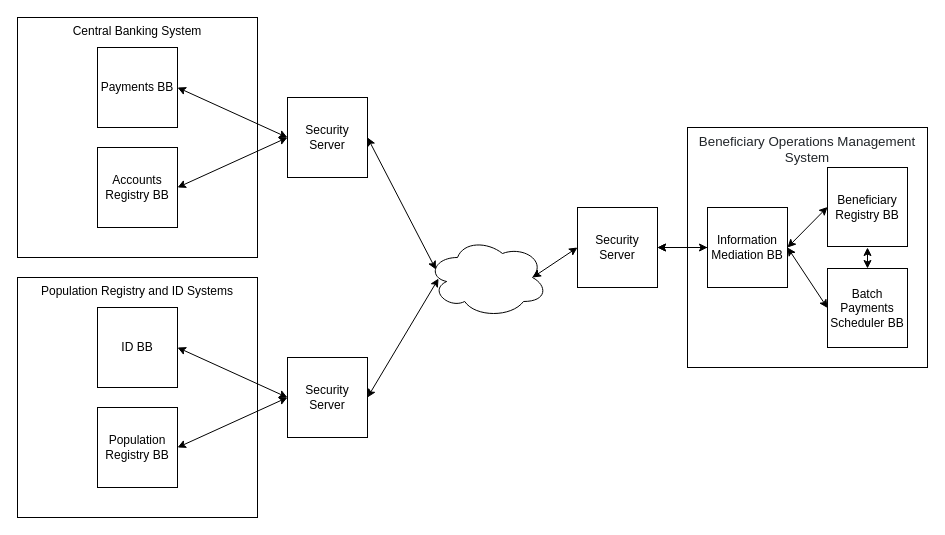
The draw.io diagram UnconditionalSocialCashTransfer.drawio in GovStackWorkingGroup/BuildingBlockAPI, before the edit. Source tidied: cells renumbered, new cells numbered last; positions are measured from the earlier drawing's top-left corner, leaving out a move shared by most shapes. Both pictures are drawn from the tidied source at 100%, with x=0, y=0 at pixel (17, 17).
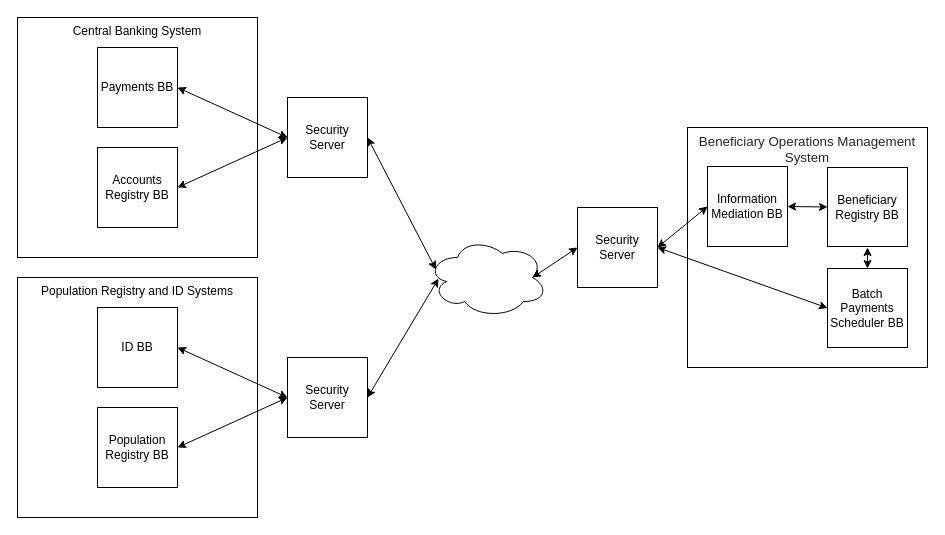
The same diagram, later.

Unchanged cells that the change refers to:
```xml
<mxCell id="18" style="group;" parent="1" vertex="1">
  <mxGeometry x="560" y="110" width="350" height="240" as="geometry" />
</mxCell>
<mxCell id="22" value="Security Server" style="whiteSpace=wrap;html=1;" parent="18" vertex="1">
  <mxGeometry y="80" width="80" height="80" as="geometry" />
</mxCell>
<mxCell id="26" value="Batch Payments Scheduler BB" style="whiteSpace=wrap;html=1;" parent="18" vertex="1">
  <mxGeometry x="250" y="141" width="80" height="79" as="geometry" />
</mxCell>
```

The edit, as a diff of the source:
```diff
@@
     <mxCell id="21" value="Information Mediation BB" style="whiteSpace=wrap;html=1;" parent="18" vertex="1">
-      <mxGeometry x="130" y="80" width="80" height="80" as="geometry" />
+      <mxGeometry x="130" y="39" width="80" height="80" as="geometry" />
     </mxCell>
@@
-    <mxCell id="24" style="edgeStyle=orthogonalEdgeStyle;rounded=0;jettySize=auto;html=1;" parent="18" edge="1" source="21" target="22">
-      <mxGeometry relative="1" as="geometry" />
-    </mxCell>
@@
-    <mxCell id="27" style="endArrow=classic;startArrow=classic;html=1;entryX=0;entryY=0.5;entryDx=0;entryDy=0;" parent="18" edge="1" target="26">
-      <mxGeometry relative="1" as="geometry">
-        <mxPoint x="210" y="120" as="sourcePoint" />
-      </mxGeometry>
+    <mxCell id="27" style="endArrow=classic;startArrow=classic;html=1;entryX=0;entryY=0.5;entryDx=0;entryDy=0;exitX=1;exitY=0.5;exitDx=0;exitDy=0;" parent="18" edge="1" source="22" target="26">
+      <mxGeometry relative="1" as="geometry" />
     </mxCell>
```
